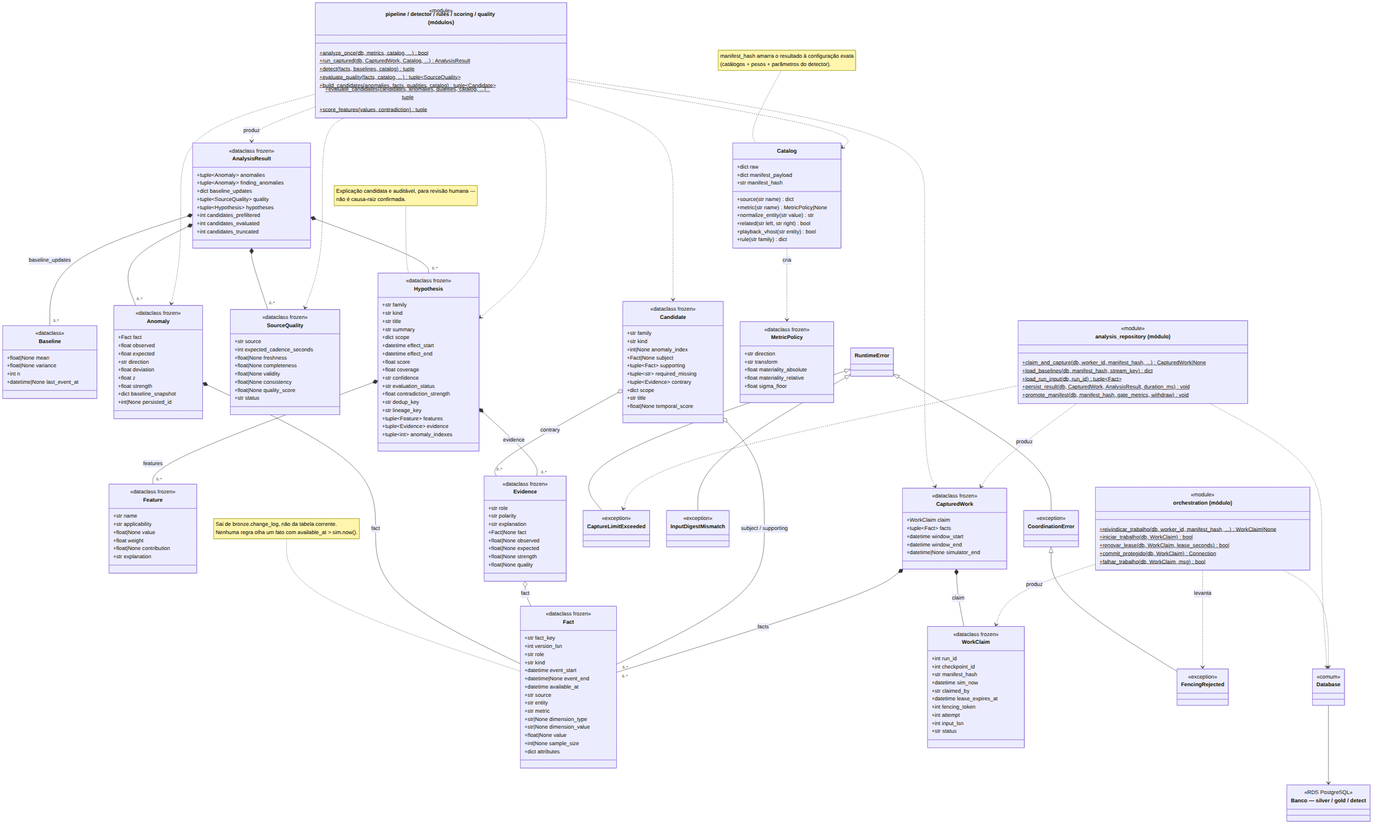
diegofsiilva/globo keeps this Mermaid diagram as artefatos/assets/diagrama-classes-analise.png. Above is the earlier version. Its source is kept beside it as artefatos/assets/diagrama-classes-analise.mmd. The source it was exported from:
```mermaid
classDiagram
    direction TB

    class Fact {
        <<dataclass frozen>>
        +str fact_key
        +int version_lsn
        +str role
        +str kind
        +datetime event_start
        +datetime|None event_end
        +datetime available_at
        +str source
        +str entity
        +str metric
        +str|None dimension_type
        +str|None dimension_value
        +float|None value
        +int|None sample_size
        +dict attributes
    }
    class Baseline {
        <<dataclass>>
        +float|None mean
        +float|None variance
        +int n
        +datetime|None last_event_at
    }
    class Anomaly {
        <<dataclass frozen>>
        +Fact fact
        +float observed
        +float expected
        +str direction
        +float deviation
        +float z
        +float strength
        +dict baseline_snapshot
        +int|None persisted_id
    }
    class SourceQuality {
        <<dataclass frozen>>
        +str source
        +int expected_cadence_seconds
        +float|None freshness
        +float|None completeness
        +float|None validity
        +float|None consistency
        +float|None quality_score
        +str status
    }
    class Feature {
        <<dataclass frozen>>
        +str name
        +str applicability
        +float|None value
        +float weight
        +float|None contribution
        +str explanation
    }
    class Evidence {
        <<dataclass frozen>>
        +str role
        +str polarity
        +str explanation
        +Fact|None fact
        +float|None observed
        +float|None expected
        +float|None strength
        +float|None quality
    }
    class Hypothesis {
        <<dataclass frozen>>
        +str family
        +str kind
        +str title
        +str summary
        +dict scope
        +datetime effect_start
        +datetime effect_end
        +float score
        +float coverage
        +str confidence
        +str evaluation_status
        +float contradiction_strength
        +str dedup_key
        +str lineage_key
        +tuple~Feature~ features
        +tuple~Evidence~ evidence
        +tuple~int~ anomaly_indexes
    }
    class Candidate {
        <<dataclass frozen>>
        +str family
        +str kind
        +int|None anomaly_index
        +Fact|None subject
        +tuple~Fact~ supporting
        +tuple~str~ required_missing
        +tuple~Evidence~ contrary
        +dict scope
        +str title
        +float|None temporal_score
    }
    class AnalysisResult {
        <<dataclass frozen>>
        +tuple~Anomaly~ anomalies
        +tuple~Anomaly~ finding_anomalies
        +dict baseline_updates
        +tuple~SourceQuality~ quality
        +tuple~Hypothesis~ hypotheses
        +int candidates_prefiltered
        +int candidates_evaluated
        +int candidates_truncated
    }

    class WorkClaim {
        <<dataclass frozen>>
        +int run_id
        +int checkpoint_id
        +str manifest_hash
        +datetime sim_now
        +str claimed_by
        +datetime lease_expires_at
        +int fencing_token
        +int attempt
        +int input_lsn
        +str status
    }
    class CapturedWork {
        <<dataclass frozen>>
        +WorkClaim claim
        +tuple~Fact~ facts
        +datetime window_start
        +datetime window_end
        +datetime|None simulator_end
    }
    class CoordinationError {
        <<exception>>
    }
    class FencingRejected {
        <<exception>>
    }
    class CaptureLimitExceeded {
        <<exception>>
    }
    class InputDigestMismatch {
        <<exception>>
    }

    class Catalog {
        +dict raw
        +dict manifest_payload
        +str manifest_hash
        +source(str name) dict
        +metric(str name) MetricPolicy|None
        +normalize_entity(str value) str
        +related(str left, str right) bool
        +playback_vhost(str entity) bool
        +rule(str family) dict
    }
    class MetricPolicy {
        <<dataclass frozen>>
        +str direction
        +str transform
        +float materiality_absolute
        +float materiality_relative
        +float sigma_floor
    }

    class Pipeline["pipeline / detector / rules / scoring / quality (módulos)"] {
        <<module>>
        +analyze_once(db, metrics, catalog, ...)$ bool
        +run_captured(db, CapturedWork, Catalog, ...)$ AnalysisResult
        +detect(facts, baselines, catalog)$ tuple
        +evaluate_quality(facts, catalog, ...)$ tuple~SourceQuality~
        +build_candidates(anomalies, facts, qualities, catalog)$ tuple~Candidate~
        +evaluate_candidates(candidates, anomalies, qualities, catalog, ...)$ tuple
        +score_features(values, contradiction)$ tuple
    }
    class Orchestration["orchestration (módulo)"] {
        <<module>>
        +reivindicar_trabalho(db, worker_id, manifest_hash, ...)$ WorkClaim|None
        +iniciar_trabalho(db, WorkClaim)$ bool
        +renovar_lease(db, WorkClaim, lease_seconds)$ bool
        +commit_protegido(db, WorkClaim)$ Connection
        +falhar_trabalho(db, WorkClaim, msg)$ bool
    }
    class AnalysisRepository["analysis_repository (módulo)"] {
        <<module>>
        +claim_and_capture(db, worker_id, manifest_hash, ...)$ CapturedWork|None
        +load_baselines(db, manifest_hash, stream_key)$ dict
        +load_run_input(db, run_id)$ tuple~Fact~
        +persist_result(db, CapturedWork, AnalysisResult, duration_ms)$ void
        +promote_manifest(db, manifest_hash, gate_metrics, withdraw)$ void
    }

    class Database {
        <<comum>>
    }
    class BancoPostgres["Banco — silver / gold / detect"] {
        <<RDS PostgreSQL>>
    }

    RuntimeError <|-- CoordinationError
    CoordinationError <|-- FencingRejected
    RuntimeError <|-- CaptureLimitExceeded
    RuntimeError <|-- InputDigestMismatch

    Anomaly *-- Fact : fact
    Evidence o-- Fact : fact
    Candidate o-- "0..*" Fact : subject / supporting
    Candidate o-- "0..*" Evidence : contrary
    Hypothesis *-- "0..*" Feature : features
    Hypothesis *-- "0..*" Evidence : evidence
    AnalysisResult *-- "0..*" Anomaly
    AnalysisResult *-- "0..*" SourceQuality
    AnalysisResult *-- "0..*" Hypothesis
    AnalysisResult *-- "0..*" Baseline : baseline_updates
    CapturedWork *-- WorkClaim : claim
    CapturedWork *-- "0..*" Fact : facts
    Catalog ..> MetricPolicy : cria

    Pipeline ..> CapturedWork
    Pipeline ..> AnalysisResult : produz
    Pipeline ..> Catalog
    Pipeline ..> Anomaly
    Pipeline ..> Hypothesis
    Pipeline ..> Candidate
    Pipeline ..> SourceQuality
    Orchestration ..> WorkClaim : produz
    Orchestration ..> FencingRejected : levanta
    AnalysisRepository ..> CapturedWork : produz
    AnalysisRepository ..> CaptureLimitExceeded
    AnalysisRepository ..> Database
    Orchestration ..> Database
    Database --> BancoPostgres

    note for Fact "Sai de bronze.change_log, não da tabela corrente.<br/>Nenhuma regra olha um fato com available_at &gt; sim.now()."
    note for Hypothesis "Explicação candidata e auditável, para revisão humana —<br/>não é causa-raiz confirmada."
    note for Catalog "manifest_hash amarra o resultado à configuração exata<br/>(catálogos + pesos + parâmetros do detector)."
```
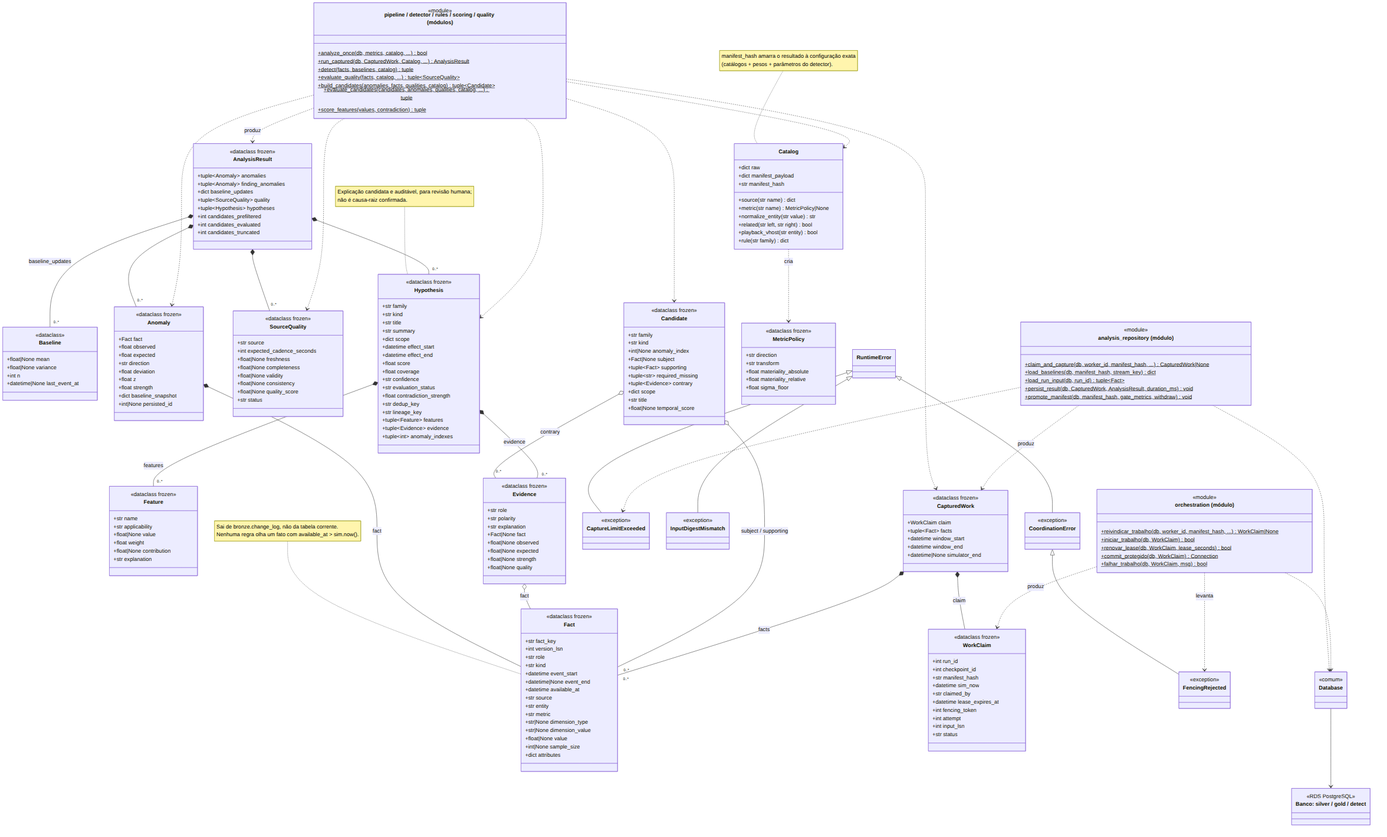
The same file after the commit.

Commit message:
docs: altera os diagramas de arquitetura para adequação à nova arquitetura

The edit, as a diff of the source:
```diff
@@ -198,7 +198,7 @@
     class Database {
         <<comum>>
     }
-    class BancoPostgres["Banco — silver / gold / detect"] {
+    class BancoPostgres["Banco: silver / gold / detect"] {
         <<RDS PostgreSQL>>
     }
 
@@ -237,5 +237,5 @@
     Database --> BancoPostgres
 
     note for Fact "Sai de bronze.change_log, não da tabela corrente.<br/>Nenhuma regra olha um fato com available_at &gt; sim.now()."
-    note for Hypothesis "Explicação candidata e auditável, para revisão humana —<br/>não é causa-raiz confirmada."
+    note for Hypothesis "Explicação candidata e auditável, para revisão humana;<br/>não é causa-raiz confirmada."
     note for Catalog "manifest_hash amarra o resultado à configuração exata<br/>(catálogos + pesos + parâmetros do detector)."
```
